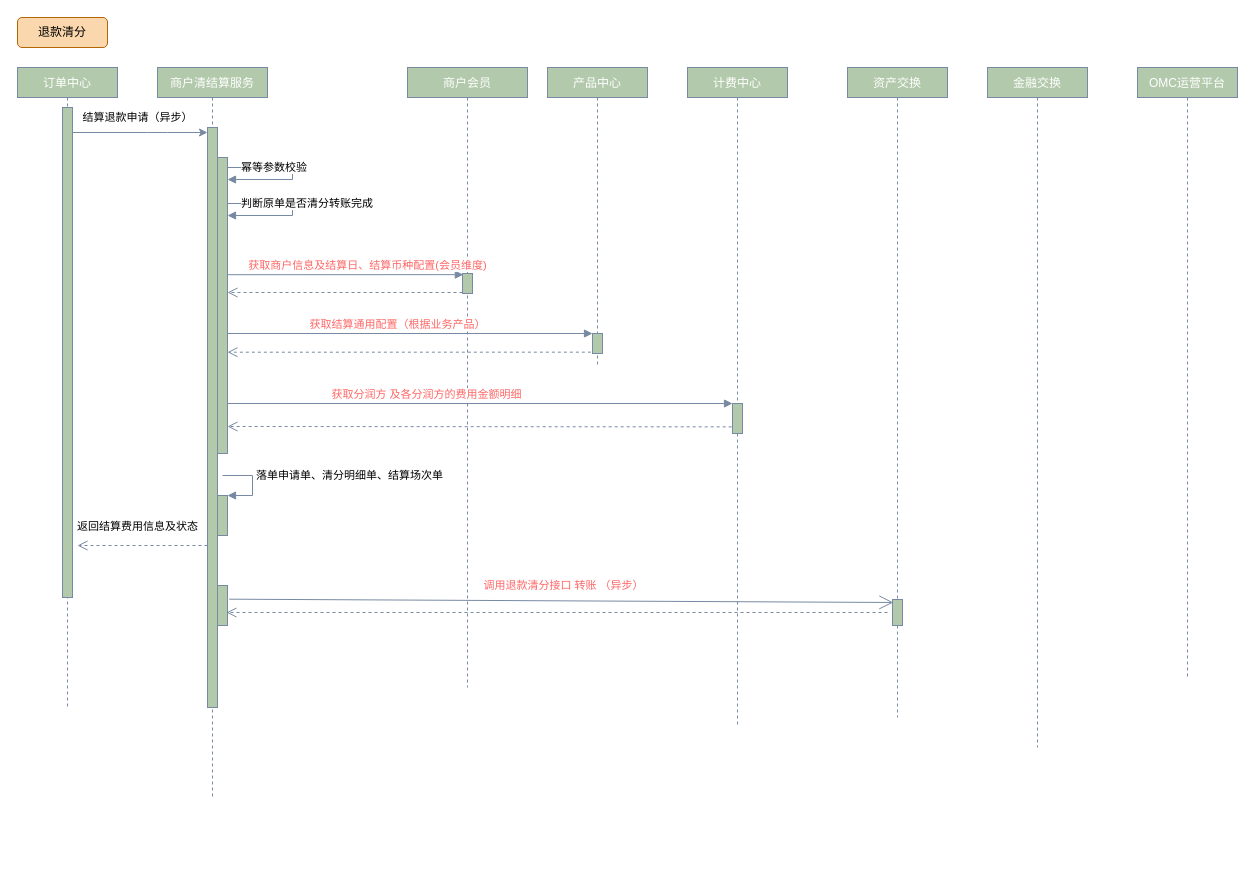
The draw.io diagram merchant-settle/退款.drawio in DominicElvira/Diagrams, before the edit. Source tidied: cells renumbered, new cells numbered last; positions are measured from the earlier drawing's top-left corner, leaving out a move shared by most shapes. Both pictures are drawn from the tidied source at 100%, with x=0, y=0 at pixel (17, 17).
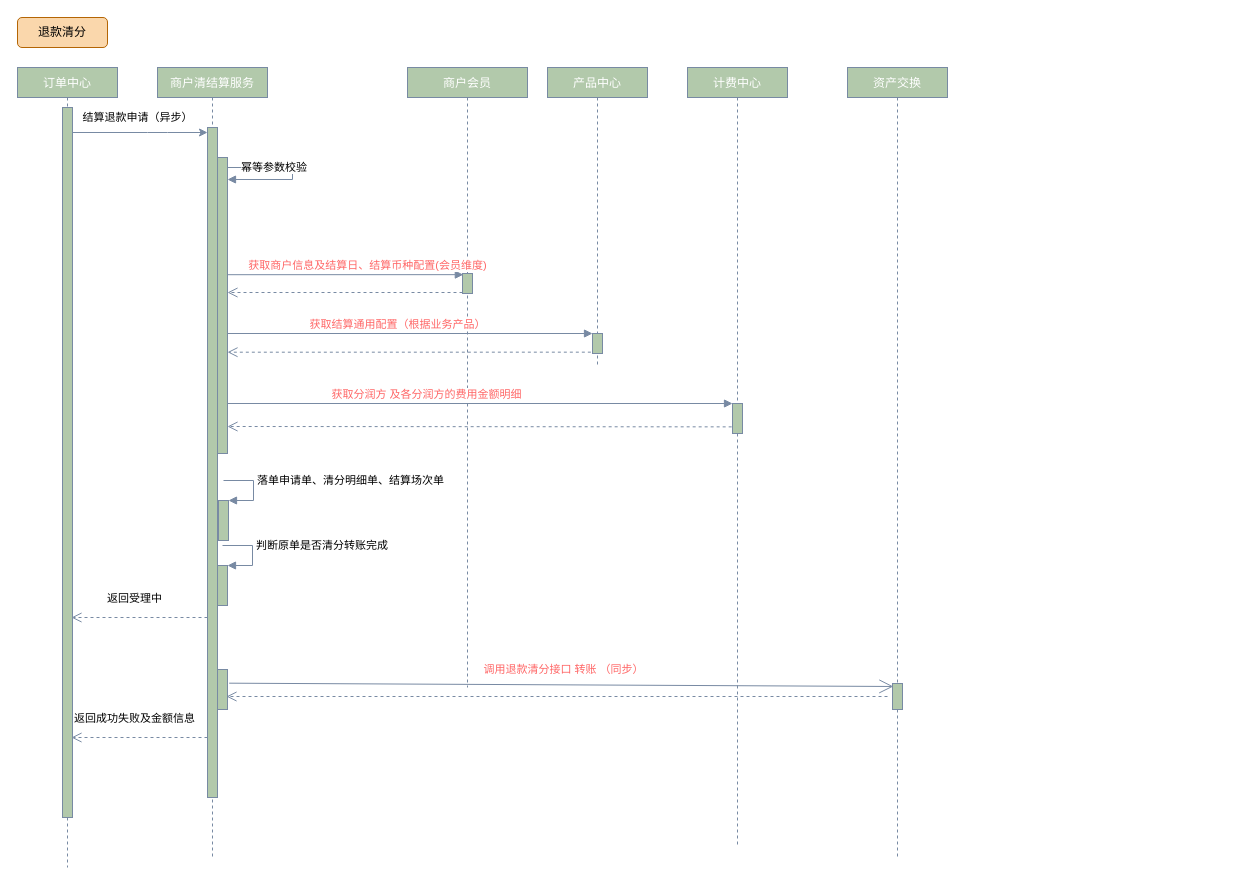
The same diagram, later.

The edit, as a diff of the source:
```diff
@@
     <mxCell id="2" value="订单中心" style="shape=umlLifeline;perimeter=lifelinePerimeter;shadow=0;strokeWidth=1;fillColor=#B2C9AB;strokeColor=#788AA3;fontColor=#FFFFFF;rounded=0;size=30;" parent="1" vertex="1">
-      <mxGeometry y="50" width="100" height="640" as="geometry" />
+      <mxGeometry y="50" width="100" height="800" as="geometry" />
     </mxCell>
     <mxCell id="3" style="points=[];perimeter=orthogonalPerimeter;shadow=0;strokeWidth=1;fillColor=#B2C9AB;strokeColor=#788AA3;fontColor=#46495D;rounded=0;" parent="2" vertex="1">
-      <mxGeometry x="45" y="40" width="10" height="490" as="geometry" />
+      <mxGeometry x="45" y="40" width="10" height="710" as="geometry" />
     </mxCell>
     <mxCell id="4" value="商户清结算服务" style="shape=umlLifeline;perimeter=lifelinePerimeter;shadow=0;strokeWidth=1;fillColor=#B2C9AB;strokeColor=#788AA3;fontColor=#FFFFFF;rounded=0;size=30;" parent="1" vertex="1">
-      <mxGeometry x="140" y="50" width="110" height="730" as="geometry" />
+      <mxGeometry x="140" y="50" width="110" height="790" as="geometry" />
     </mxCell>
     <mxCell id="5" style="points=[];perimeter=orthogonalPerimeter;shadow=0;strokeWidth=1;fillColor=#B2C9AB;strokeColor=#788AA3;fontColor=#46495D;rounded=0;" parent="4" vertex="1">
-      <mxGeometry x="50" y="60" width="10" height="580" as="geometry" />
+      <mxGeometry x="50" y="60" width="10" height="670" as="geometry" />
     </mxCell>
@@
     <mxCell id="8" style="html=1;points=[];perimeter=orthogonalPerimeter;fontSize=11;fontColor=#000000;strokeColor=#788AA3;fillColor=#B2C9AB;" parent="4" vertex="1">
-      <mxGeometry x="60" y="428" width="10" height="40" as="geometry" />
+      <mxGeometry x="60" y="498" width="10" height="40" as="geometry" />
     </mxCell>
-    <mxCell id="9" value="落单申请单、清分明细单、结算场次单" style="edgeStyle=orthogonalEdgeStyle;html=1;align=left;spacingLeft=2;endArrow=block;rounded=0;entryX=1;entryY=0;fontSize=11;fontColor=#000000;strokeColor=#788AA3;strokeWidth=1;fillColor=#B2C9AB;curved=0;jumpStyle=none;" parent="4" edge="1" target="8">
+    <mxCell id="9" value="判断原单是否清分转账完成&amp;nbsp;" style="edgeStyle=orthogonalEdgeStyle;html=1;align=left;spacingLeft=2;endArrow=block;rounded=0;entryX=1;entryY=0;fontSize=11;fontColor=#000000;strokeColor=#788AA3;strokeWidth=1;fillColor=#B2C9AB;curved=0;jumpStyle=none;" parent="4" edge="1" target="8">
       <mxGeometry x="-0.2" relative="1" as="geometry">
-        <mxPoint x="65" y="408" as="sourcePoint" />
+        <mxPoint x="65" y="478" as="sourcePoint" />
         <Array as="points">
-          <mxPoint x="95" y="408" />
+          <mxPoint x="95" y="478" />
         </Array>
       </mxGeometry>
     </mxCell>
-    <mxCell id="10" value="返回结算费用信息及状态" style="html=1;verticalAlign=bottom;endArrow=open;dashed=1;endSize=8;fontSize=11;fontColor=#000000;strokeColor=#788AA3;strokeWidth=1;fillColor=#B2C9AB;curved=0;jumpStyle=none;" parent="4" edge="1">
-      <mxGeometry x="0.08" y="-10" relative="1" as="geometry">
-        <mxPoint x="50" y="478" as="sourcePoint" />
-        <mxPoint x="-80" y="478" as="targetPoint" />
-      </mxGeometry>
-    </mxCell>
     <mxCell id="11" style="html=1;points=[];perimeter=orthogonalPerimeter;fontSize=11;fontColor=#000000;strokeColor=#788AA3;fillColor=#B2C9AB;" parent="4" vertex="1">
-      <mxGeometry x="60" y="518" width="10" height="40" as="geometry" />
+      <mxGeometry x="60" y="602" width="10" height="40" as="geometry" />
     </mxCell>
     <mxCell id="12" value="计费中心" style="shape=umlLifeline;perimeter=lifelinePerimeter;shadow=0;strokeWidth=1;fillColor=#B2C9AB;strokeColor=#788AA3;fontColor=#FFFFFF;rounded=0;size=30;" parent="1" vertex="1">
-      <mxGeometry x="670" y="50" width="100" height="660" as="geometry" />
+      <mxGeometry x="670" y="50" width="100" height="780" as="geometry" />
     </mxCell>
@@
     <mxCell id="14" value="资产交换" style="shape=umlLifeline;perimeter=lifelinePerimeter;shadow=0;strokeWidth=1;fillColor=#B2C9AB;strokeColor=#788AA3;fontColor=#FFFFFF;rounded=0;size=30;" parent="1" vertex="1">
-      <mxGeometry x="830" y="50" width="100" height="650" as="geometry" />
+      <mxGeometry x="830" y="50" width="100" height="790" as="geometry" />
     </mxCell>
     <mxCell id="15" style="html=1;points=[];perimeter=orthogonalPerimeter;fontSize=11;fontColor=#000000;strokeColor=#788AA3;fillColor=#B2C9AB;" parent="14" vertex="1">
-      <mxGeometry x="45" y="532" width="10" height="26" as="geometry" />
+      <mxGeometry x="45" y="616" width="10" height="26" as="geometry" />
     </mxCell>
@@
-    <mxCell id="28" value="&lt;font color=&quot;#ff6666&quot;&gt;调用退款清分接口 转账 （异步）&lt;/font&gt;" style="html=1;verticalAlign=bottom;endArrow=open;dashed=1;endSize=8;fontSize=11;fontColor=#000000;strokeColor=#788AA3;strokeWidth=1;fillColor=#B2C9AB;curved=0;jumpStyle=none;entryX=0.9;entryY=0.675;entryDx=0;entryDy=0;entryPerimeter=0;" parent="1" edge="1" target="11">
+    <mxCell id="28" value="&lt;font color=&quot;#ff6666&quot;&gt;调用退款清分接口 转账 （同步）&lt;/font&gt;" style="html=1;verticalAlign=bottom;endArrow=open;dashed=1;endSize=8;fontSize=11;fontColor=#000000;strokeColor=#788AA3;strokeWidth=1;fillColor=#B2C9AB;curved=0;jumpStyle=none;entryX=0.9;entryY=0.675;entryDx=0;entryDy=0;entryPerimeter=0;" parent="1" edge="1" target="11">
       <mxGeometry x="-0.02" y="-18" relative="1" as="geometry">
-        <mxPoint x="870" y="595" as="sourcePoint" />
+        <mxPoint x="870" y="679" as="sourcePoint" />
       </mxGeometry>
     </mxCell>
@@
-    <mxCell id="31" value="金融交换" style="shape=umlLifeline;perimeter=lifelinePerimeter;shadow=0;strokeWidth=1;fillColor=#B2C9AB;strokeColor=#788AA3;fontColor=#FFFFFF;rounded=0;size=30;" parent="1" vertex="1">
-      <mxGeometry x="970" y="50" width="100" height="680" as="geometry" />
-    </mxCell>
-    <mxCell id="32" value="OMC运营平台" style="shape=umlLifeline;perimeter=lifelinePerimeter;shadow=0;strokeWidth=1;fillColor=#B2C9AB;strokeColor=#788AA3;fontColor=#FFFFFF;rounded=0;size=30;" parent="1" vertex="1">
-      <mxGeometry x="1120" y="50" width="100" height="610" as="geometry" />
-    </mxCell>
-    <mxCell id="33" value="判断原单是否清分转账完成" style="edgeStyle=orthogonalEdgeStyle;html=1;align=left;spacingLeft=2;endArrow=block;rounded=0;fontSize=11;fontColor=#000000;strokeColor=#788AA3;fillColor=#B2C9AB;curved=0;exitX=1.003;exitY=0.207;exitDx=0;exitDy=0;exitPerimeter=0;" parent="1" edge="1">
-      <mxGeometry x="-0.82" relative="1" as="geometry">
-        <mxPoint x="210" y="183.3" as="sourcePoint" />
-        <mxPoint x="210" y="198" as="targetPoint" />
-        <Array as="points">
-          <mxPoint x="275" y="186" />
-          <mxPoint x="275" y="198" />
-        </Array>
-      </mxGeometry>
-    </mxCell>
+    <mxCell id="34" style="html=1;points=[];perimeter=orthogonalPerimeter;fontSize=11;fontColor=#000000;strokeColor=#788AA3;fillColor=#B2C9AB;" parent="1" vertex="1">
+      <mxGeometry x="201" y="483" width="10" height="40" as="geometry" />
+    </mxCell>
+    <mxCell id="35" value="落单申请单、清分明细单、结算场次单" style="edgeStyle=orthogonalEdgeStyle;html=1;align=left;spacingLeft=2;endArrow=block;rounded=0;entryX=1;entryY=0;fontSize=11;fontColor=#000000;strokeColor=#788AA3;strokeWidth=1;fillColor=#B2C9AB;curved=0;jumpStyle=none;" parent="1" edge="1" target="34">
+      <mxGeometry x="-0.2" relative="1" as="geometry">
+        <mxPoint x="206" y="463" as="sourcePoint" />
+        <Array as="points">
+          <mxPoint x="236" y="463" />
+        </Array>
+      </mxGeometry>
+    </mxCell>
+    <mxCell id="10" value="返回受理中" style="html=1;verticalAlign=bottom;endArrow=open;dashed=1;endSize=8;fontSize=11;fontColor=#000000;strokeColor=#788AA3;strokeWidth=1;fillColor=#B2C9AB;curved=0;jumpStyle=none;" parent="1" edge="1">
+      <mxGeometry x="0.08" y="-10" relative="1" as="geometry">
+        <mxPoint x="190" y="600" as="sourcePoint" />
+        <mxPoint x="54" y="600" as="targetPoint" />
+      </mxGeometry>
+    </mxCell>
+    <mxCell id="36" value="返回成功失败及金额信息" style="html=1;verticalAlign=bottom;endArrow=open;dashed=1;endSize=8;fontSize=11;fontColor=#000000;strokeColor=#788AA3;strokeWidth=1;fillColor=#B2C9AB;curved=0;jumpStyle=none;" parent="1" edge="1">
+      <mxGeometry x="0.08" y="-10" relative="1" as="geometry">
+        <mxPoint x="190" y="720" as="sourcePoint" />
+        <mxPoint x="54" y="720" as="targetPoint" />
+      </mxGeometry>
+    </mxCell>
```
